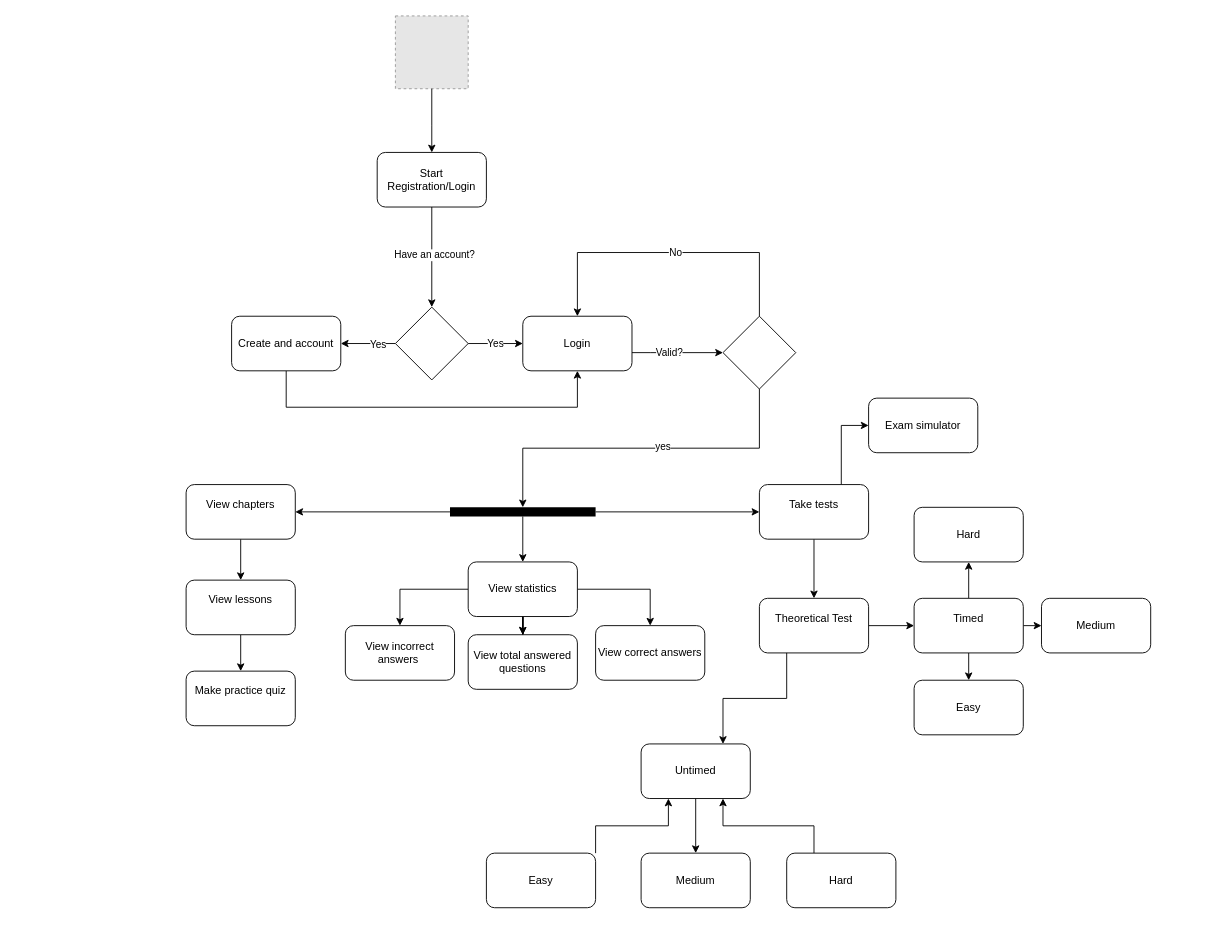
7mzah/7mzah keeps this draw.io diagram as activitydiagram.drawio. Above is the earlier version. Source tidied: cells renumbered, new cells numbered last; positions are measured from the earlier drawing's top-left corner, leaving out a move shared by most shapes. Both pictures are drawn from the tidied source at 91%, with x=0, y=0 at pixel (186, 15). Pictures stored in the file or linked from it are replaced by grey dashed boxes.
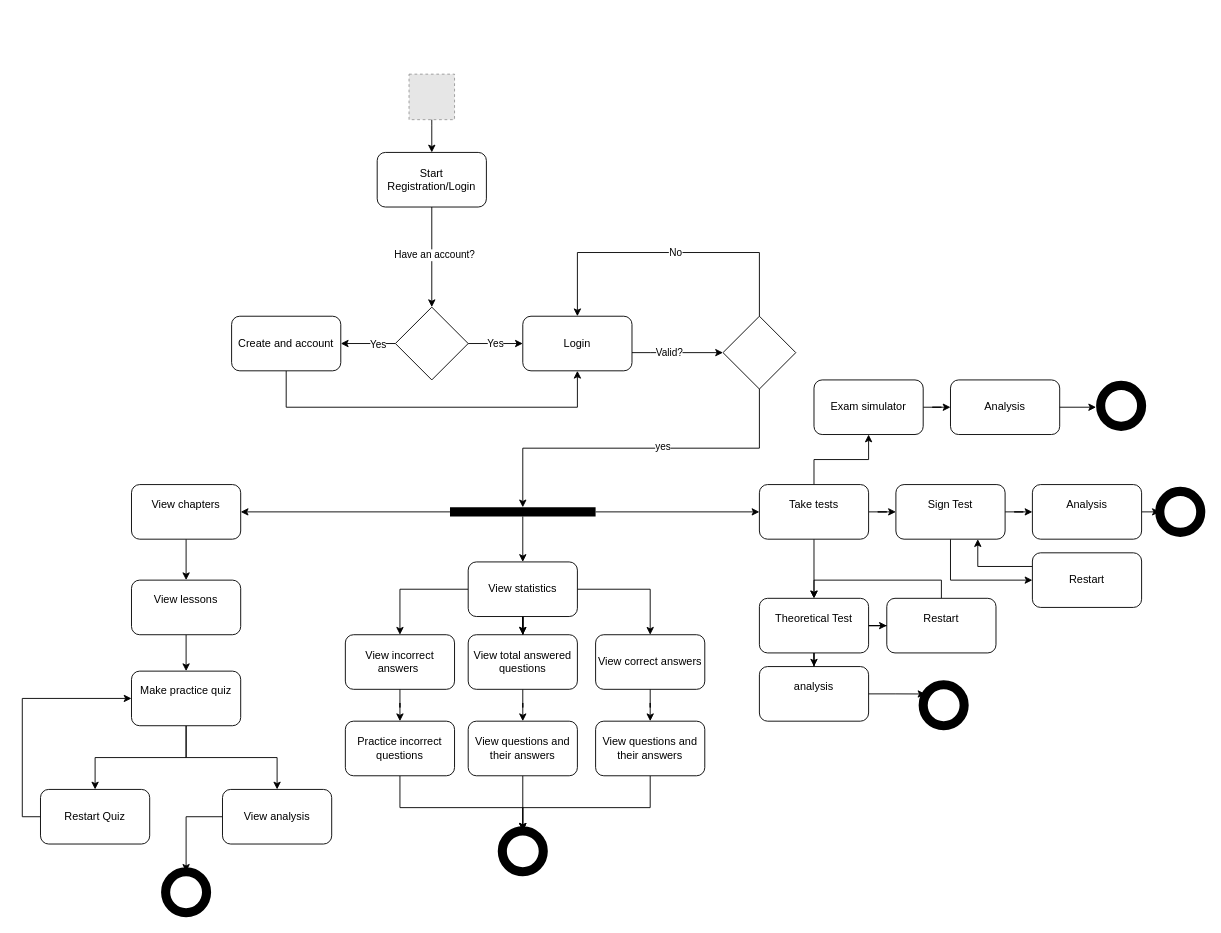
The same page after the edit.

The change refers to these unchanged cells:
```xml
<mxCell id="28" value="Take tests" style="rounded=1;whiteSpace=wrap;html=1;verticalAlign=top;strokeWidth=1;labelBackgroundColor=default;spacingTop=8;" parent="1" vertex="1">
  <mxGeometry x="630" y="515" width="120" height="60" as="geometry" />
</mxCell>
<mxCell id="38" value="View total answered questions" style="whiteSpace=wrap;html=1;rounded=1;" parent="1" vertex="1">
  <mxGeometry x="310" y="680" width="120" height="60" as="geometry" />
</mxCell>
<mxCell id="42" value="Theoretical Test" style="whiteSpace=wrap;html=1;verticalAlign=top;rounded=1;strokeWidth=1;labelBackgroundColor=default;spacingTop=8;" parent="1" vertex="1">
  <mxGeometry x="630" y="640" width="120" height="60" as="geometry" />
</mxCell>
```

What changed in the source:
```diff
@@
     <mxCell id="2" style="fillColor=#E6E6E6;strokeColor=#999999;dashed=1;html=1;verticalAlign=top;verticalLabelPosition=bottom;labelBackgroundColor=#ffffff;" parent="1" vertex="1">
-      <mxGeometry x="230" width="80" height="80" as="geometry" />
+      <mxGeometry x="245" y="64" width="50" height="50" as="geometry" />
     </mxCell>
@@
     <mxCell id="25" value="View chapters" style="rounded=1;whiteSpace=wrap;html=1;verticalAlign=top;strokeWidth=1;labelBackgroundColor=default;spacingTop=8;" parent="1" vertex="1">
-      <mxGeometry y="515" width="120" height="60" as="geometry" />
+      <mxGeometry x="-60" y="515" width="120" height="60" as="geometry" />
     </mxCell>
@@
+    <mxCell id="59" style="edgeStyle=orthogonalEdgeStyle;rounded=0;jettySize=auto;html=1;" parent="1" edge="1" source="28" target="87">
+      <mxGeometry relative="1" as="geometry" />
+    </mxCell>
-    <mxCell id="27" style="edgeStyle=orthogonalEdgeStyle;rounded=0;jettySize=auto;html=1;exitX=0.75;exitY=0;exitDx=0;exitDy=0;entryX=0;entryY=0.5;entryDx=0;entryDy=0;" parent="1" edge="1" source="28" target="58">
+    <mxCell id="27" style="edgeStyle=orthogonalEdgeStyle;rounded=0;jettySize=auto;html=1;exitX=0.5;exitY=0;exitDx=0;exitDy=0;entryX=0.5;entryY=1;entryDx=0;entryDy=0;" parent="1" edge="1" source="28" target="58">
       <mxGeometry relative="1" as="geometry" />
     </mxCell>
@@
     <mxCell id="35" value="View lessons" style="rounded=1;whiteSpace=wrap;html=1;verticalAlign=top;strokeWidth=1;labelBackgroundColor=default;spacingTop=8;" parent="1" vertex="1">
-      <mxGeometry y="620" width="120" height="60" as="geometry" />
+      <mxGeometry x="-60" y="620" width="120" height="60" as="geometry" />
     </mxCell>
+    <mxCell id="60" style="edgeStyle=orthogonalEdgeStyle;rounded=0;jettySize=auto;html=1;exitX=0.5;exitY=1;exitDx=0;exitDy=0;entryX=0.5;entryY=0;entryDx=0;entryDy=0;" parent="1" edge="1" source="36" target="69">
+      <mxGeometry relative="1" as="geometry" />
+    </mxCell>
+    <mxCell id="61" style="edgeStyle=orthogonalEdgeStyle;rounded=0;jettySize=auto;html=1;entryX=0.5;entryY=0;entryDx=0;entryDy=0;" parent="1" edge="1" source="36" target="71">
+      <mxGeometry relative="1" as="geometry" />
+    </mxCell>
     <mxCell id="36" value="Make practice quiz" style="rounded=1;whiteSpace=wrap;html=1;verticalAlign=top;strokeWidth=1;labelBackgroundColor=default;spacingTop=8;" parent="1" vertex="1">
-      <mxGeometry y="720" width="120" height="60" as="geometry" />
+      <mxGeometry x="-60" y="720" width="120" height="60" as="geometry" />
     </mxCell>
@@
+    <mxCell id="62" style="edgeStyle=orthogonalEdgeStyle;rounded=0;jettySize=auto;html=1;" parent="1" edge="1" source="38" target="76">
+      <mxGeometry relative="1" as="geometry" />
+    </mxCell>
@@
+    <mxCell id="63" style="edgeStyle=orthogonalEdgeStyle;rounded=0;jettySize=auto;html=1;" parent="1" edge="1" source="39" target="74">
+      <mxGeometry relative="1" as="geometry" />
+    </mxCell>
     <mxCell id="39" value="View incorrect answers&amp;nbsp;" style="rounded=1;whiteSpace=wrap;html=1;" parent="1" vertex="1">
-      <mxGeometry x="175" y="670" width="120" height="60" as="geometry" />
+      <mxGeometry x="175" y="680" width="120" height="60" as="geometry" />
     </mxCell>
+    <mxCell id="64" style="edgeStyle=orthogonalEdgeStyle;rounded=0;jettySize=auto;html=1;" parent="1" edge="1" source="40" target="78">
+      <mxGeometry relative="1" as="geometry" />
+    </mxCell>
     <mxCell id="40" value="View correct answers" style="rounded=1;whiteSpace=wrap;html=1;" parent="1" vertex="1">
-      <mxGeometry x="450" y="670" width="120" height="60" as="geometry" />
+      <mxGeometry x="450" y="680" width="120" height="60" as="geometry" />
     </mxCell>
-    <mxCell id="41" style="edgeStyle=orthogonalEdgeStyle;rounded=0;jettySize=auto;html=1;" parent="1" edge="1" source="42" target="46">
-      <mxGeometry relative="1" as="geometry" />
-    </mxCell>
+    <mxCell id="65" style="edgeStyle=orthogonalEdgeStyle;rounded=0;jettySize=auto;html=1;" parent="1" edge="1" source="42" target="82">
+      <mxGeometry relative="1" as="geometry" />
+    </mxCell>
+    <mxCell id="66" style="edgeStyle=orthogonalEdgeStyle;rounded=0;jettySize=auto;html=1;" parent="1" edge="1" source="42" target="84">
+      <mxGeometry relative="1" as="geometry" />
+    </mxCell>
@@
-    <mxCell id="43" style="edgeStyle=orthogonalEdgeStyle;rounded=0;jettySize=auto;html=1;exitX=0.5;exitY=0;exitDx=0;exitDy=0;entryX=0.5;entryY=1;entryDx=0;entryDy=0;" parent="1" edge="1" source="46" target="57">
-      <mxGeometry relative="1" as="geometry" />
-    </mxCell>
-    <mxCell id="44" style="edgeStyle=orthogonalEdgeStyle;rounded=0;jettySize=auto;html=1;exitX=0.5;exitY=1;exitDx=0;exitDy=0;entryX=0.5;entryY=0;entryDx=0;entryDy=0;" parent="1" edge="1" source="46" target="55">
-      <mxGeometry relative="1" as="geometry" />
-    </mxCell>
-    <mxCell id="45" style="edgeStyle=orthogonalEdgeStyle;rounded=0;jettySize=auto;html=1;exitX=1;exitY=0.5;exitDx=0;exitDy=0;entryX=0;entryY=0.5;entryDx=0;entryDy=0;" parent="1" edge="1" source="46" target="56">
-      <mxGeometry relative="1" as="geometry" />
-    </mxCell>
-    <mxCell id="46" value="Timed" style="whiteSpace=wrap;html=1;verticalAlign=top;rounded=1;strokeWidth=1;labelBackgroundColor=default;spacingTop=8;" parent="1" vertex="1">
-      <mxGeometry x="800" y="640" width="120" height="60" as="geometry" />
-    </mxCell>
-    <mxCell id="47" style="edgeStyle=orthogonalEdgeStyle;rounded=0;jettySize=auto;html=1;exitX=0.75;exitY=0;exitDx=0;exitDy=0;entryX=0.25;entryY=1;entryDx=0;entryDy=0;endArrow=none;endFill=0;startArrow=classic;startFill=1;" parent="1" edge="1" source="49" target="42">
-      <mxGeometry relative="1" as="geometry" />
-    </mxCell>
-    <mxCell id="48" style="edgeStyle=orthogonalEdgeStyle;rounded=0;jettySize=auto;html=1;" parent="1" edge="1" source="49" target="52">
-      <mxGeometry relative="1" as="geometry" />
-    </mxCell>
-    <mxCell id="49" value="Untimed" style="rounded=1;whiteSpace=wrap;html=1;" parent="1" vertex="1">
-      <mxGeometry x="500" y="800" width="120" height="60" as="geometry" />
-    </mxCell>
-    <mxCell id="50" style="edgeStyle=orthogonalEdgeStyle;rounded=0;jettySize=auto;html=1;exitX=1;exitY=0;exitDx=0;exitDy=0;entryX=0.25;entryY=1;entryDx=0;entryDy=0;" parent="1" edge="1" source="51" target="49">
-      <mxGeometry relative="1" as="geometry" />
-    </mxCell>
-    <mxCell id="51" value="Easy" style="rounded=1;whiteSpace=wrap;html=1;" parent="1" vertex="1">
-      <mxGeometry x="330" y="920" width="120" height="60" as="geometry" />
-    </mxCell>
-    <mxCell id="52" value="Medium" style="whiteSpace=wrap;html=1;rounded=1;" parent="1" vertex="1">
-      <mxGeometry x="500" y="920" width="120" height="60" as="geometry" />
-    </mxCell>
-    <mxCell id="53" style="edgeStyle=orthogonalEdgeStyle;rounded=0;jettySize=auto;html=1;exitX=0.25;exitY=0;exitDx=0;exitDy=0;entryX=0.75;entryY=1;entryDx=0;entryDy=0;" parent="1" edge="1" source="54" target="49">
-      <mxGeometry relative="1" as="geometry" />
-    </mxCell>
-    <mxCell id="54" value="Hard" style="rounded=1;whiteSpace=wrap;html=1;" parent="1" vertex="1">
-      <mxGeometry x="660" y="920" width="120" height="60" as="geometry" />
-    </mxCell>
-    <mxCell id="55" value="Easy" style="rounded=1;whiteSpace=wrap;html=1;" parent="1" vertex="1">
-      <mxGeometry x="800" y="730" width="120" height="60" as="geometry" />
-    </mxCell>
-    <mxCell id="56" value="Medium" style="whiteSpace=wrap;html=1;rounded=1;" parent="1" vertex="1">
-      <mxGeometry x="940" y="640" width="120" height="60" as="geometry" />
-    </mxCell>
-    <mxCell id="57" value="Hard" style="rounded=1;whiteSpace=wrap;html=1;" parent="1" vertex="1">
-      <mxGeometry x="800" y="540" width="120" height="60" as="geometry" />
-    </mxCell>
+    <mxCell id="67" style="edgeStyle=orthogonalEdgeStyle;rounded=0;jettySize=auto;html=1;" parent="1" edge="1" source="58" target="80">
+      <mxGeometry relative="1" as="geometry" />
+    </mxCell>
     <mxCell id="58" value="Exam simulator" style="rounded=1;whiteSpace=wrap;html=1;" parent="1" vertex="1">
-      <mxGeometry x="750" y="420" width="120" height="60" as="geometry" />
+      <mxGeometry x="690" y="400" width="120" height="60" as="geometry" />
     </mxCell>
+    <mxCell id="68" style="edgeStyle=orthogonalEdgeStyle;rounded=0;jettySize=auto;html=1;exitX=0;exitY=0.5;exitDx=0;exitDy=0;entryX=0;entryY=0.5;entryDx=0;entryDy=0;" parent="1" edge="1" source="69" target="36">
+      <mxGeometry relative="1" as="geometry" />
+    </mxCell>
+    <mxCell id="69" value="Restart Quiz" style="rounded=1;whiteSpace=wrap;html=1;" parent="1" vertex="1">
+      <mxGeometry x="-160" y="850" width="120" height="60" as="geometry" />
+    </mxCell>
+    <mxCell id="70" style="edgeStyle=orthogonalEdgeStyle;rounded=0;jettySize=auto;html=1;entryX=0.5;entryY=0;entryDx=0;entryDy=0;" parent="1" edge="1" source="71" target="72">
+      <mxGeometry relative="1" as="geometry" />
+    </mxCell>
+    <mxCell id="71" value="View analysis" style="rounded=1;whiteSpace=wrap;html=1;" parent="1" vertex="1">
+      <mxGeometry x="40" y="850" width="120" height="60" as="geometry" />
+    </mxCell>
+    <mxCell id="72" style="ellipse;whiteSpace=wrap;html=1;verticalAlign=top;strokeWidth=10;labelBackgroundColor=default;spacingTop=8;" parent="1" vertex="1">
+      <mxGeometry x="-22.5" y="940.5" width="45" height="45" as="geometry" />
+    </mxCell>
+    <mxCell id="73" style="edgeStyle=orthogonalEdgeStyle;rounded=0;jettySize=auto;html=1;" parent="1" edge="1" source="74" target="79">
+      <mxGeometry relative="1" as="geometry">
+        <Array as="points">
+          <mxPoint x="235" y="870" />
+          <mxPoint x="370" y="870" />
+        </Array>
+      </mxGeometry>
+    </mxCell>
+    <mxCell id="74" value="Practice incorrect questions" style="whiteSpace=wrap;html=1;rounded=1;" parent="1" vertex="1">
+      <mxGeometry x="175" y="775" width="120" height="60" as="geometry" />
+    </mxCell>
+    <mxCell id="75" style="edgeStyle=orthogonalEdgeStyle;rounded=0;jettySize=auto;html=1;" parent="1" edge="1" source="76" target="79">
+      <mxGeometry relative="1" as="geometry" />
+    </mxCell>
+    <mxCell id="76" value="View questions and their answers" style="whiteSpace=wrap;html=1;rounded=1;" parent="1" vertex="1">
+      <mxGeometry x="310" y="775" width="120" height="60" as="geometry" />
+    </mxCell>
+    <mxCell id="77" style="edgeStyle=orthogonalEdgeStyle;rounded=0;jettySize=auto;html=1;entryX=0.5;entryY=0;entryDx=0;entryDy=0;" parent="1" edge="1" source="78" target="79">
+      <mxGeometry relative="1" as="geometry">
+        <Array as="points">
+          <mxPoint x="510" y="870" />
+          <mxPoint x="370" y="870" />
+        </Array>
+      </mxGeometry>
+    </mxCell>
+    <mxCell id="78" value="View questions and their answers" style="whiteSpace=wrap;html=1;rounded=1;" parent="1" vertex="1">
+      <mxGeometry x="450" y="775" width="120" height="60" as="geometry" />
+    </mxCell>
+    <mxCell id="79" style="ellipse;whiteSpace=wrap;html=1;verticalAlign=top;strokeWidth=10;labelBackgroundColor=default;spacingTop=8;" parent="1" vertex="1">
+      <mxGeometry x="347.5" y="895.5" width="45" height="45" as="geometry" />
+    </mxCell>
+    <mxCell id="80" value="Analysis" style="rounded=1;whiteSpace=wrap;html=1;" parent="1" vertex="1">
+      <mxGeometry x="840" y="400" width="120" height="60" as="geometry" />
+    </mxCell>
+    <mxCell id="81" style="ellipse;whiteSpace=wrap;html=1;verticalAlign=top;strokeWidth=10;labelBackgroundColor=default;spacingTop=8;" parent="1" vertex="1">
+      <mxGeometry x="1005" y="406" width="45" height="45" as="geometry" />
+    </mxCell>
+    <mxCell id="82" value="analysis" style="whiteSpace=wrap;html=1;verticalAlign=top;rounded=1;strokeWidth=1;labelBackgroundColor=default;spacingTop=8;" parent="1" vertex="1">
+      <mxGeometry x="630" y="715" width="120" height="60" as="geometry" />
+    </mxCell>
+    <mxCell id="83" style="edgeStyle=orthogonalEdgeStyle;rounded=0;jettySize=auto;html=1;exitX=0.5;exitY=0;exitDx=0;exitDy=0;entryX=0.5;entryY=0;entryDx=0;entryDy=0;" parent="1" edge="1" source="84" target="42">
+      <mxGeometry relative="1" as="geometry" />
+    </mxCell>
+    <mxCell id="84" value="Restart" style="whiteSpace=wrap;html=1;verticalAlign=top;rounded=1;strokeWidth=1;labelBackgroundColor=default;spacingTop=8;" parent="1" vertex="1">
+      <mxGeometry x="770" y="640" width="120" height="60" as="geometry" />
+    </mxCell>
+    <mxCell id="85" style="edgeStyle=orthogonalEdgeStyle;rounded=0;jettySize=auto;html=1;" parent="1" edge="1" source="87" target="89">
+      <mxGeometry relative="1" as="geometry" />
+    </mxCell>
+    <mxCell id="86" style="edgeStyle=orthogonalEdgeStyle;rounded=0;jettySize=auto;html=1;exitX=0.5;exitY=1;exitDx=0;exitDy=0;entryX=0;entryY=0.5;entryDx=0;entryDy=0;" parent="1" edge="1" source="87" target="91">
+      <mxGeometry relative="1" as="geometry" />
+    </mxCell>
+    <mxCell id="87" value="Sign Test" style="rounded=1;whiteSpace=wrap;html=1;verticalAlign=top;strokeWidth=1;labelBackgroundColor=default;spacingTop=8;" parent="1" vertex="1">
+      <mxGeometry x="780" y="515" width="120" height="60" as="geometry" />
+    </mxCell>
+    <mxCell id="88" style="edgeStyle=orthogonalEdgeStyle;rounded=0;jettySize=auto;html=1;exitX=1;exitY=0.5;exitDx=0;exitDy=0;entryX=0;entryY=0.5;entryDx=0;entryDy=0;" parent="1" edge="1" source="89" target="95">
+      <mxGeometry relative="1" as="geometry" />
+    </mxCell>
+    <mxCell id="89" value="Analysis" style="rounded=1;whiteSpace=wrap;html=1;verticalAlign=top;strokeWidth=1;labelBackgroundColor=default;spacingTop=8;" parent="1" vertex="1">
+      <mxGeometry x="930" y="515" width="120" height="60" as="geometry" />
+    </mxCell>
+    <mxCell id="90" style="edgeStyle=orthogonalEdgeStyle;rounded=0;jettySize=auto;html=1;exitX=0;exitY=0.25;exitDx=0;exitDy=0;entryX=0.75;entryY=1;entryDx=0;entryDy=0;" parent="1" edge="1" source="91" target="87">
+      <mxGeometry relative="1" as="geometry" />
+    </mxCell>
+    <mxCell id="91" value="Restart" style="rounded=1;whiteSpace=wrap;html=1;" parent="1" vertex="1">
+      <mxGeometry x="930" y="590" width="120" height="60" as="geometry" />
+    </mxCell>
+    <mxCell id="92" style="edgeStyle=orthogonalEdgeStyle;rounded=0;jettySize=auto;html=1;exitX=1;exitY=0.5;exitDx=0;exitDy=0;entryX=-0.111;entryY=0.533;entryDx=0;entryDy=0;entryPerimeter=0;" parent="1" edge="1" source="80" target="81">
+      <mxGeometry relative="1" as="geometry" />
+    </mxCell>
+    <mxCell id="93" style="ellipse;whiteSpace=wrap;html=1;verticalAlign=top;strokeWidth=10;labelBackgroundColor=default;spacingTop=8;" parent="1" vertex="1">
+      <mxGeometry x="810" y="735" width="45" height="45" as="geometry" />
+    </mxCell>
+    <mxCell id="94" style="edgeStyle=orthogonalEdgeStyle;rounded=0;jettySize=auto;html=1;exitX=1;exitY=0.5;exitDx=0;exitDy=0;entryX=0.054;entryY=0.225;entryDx=0;entryDy=0;entryPerimeter=0;" parent="1" edge="1" source="82" target="93">
+      <mxGeometry relative="1" as="geometry" />
+    </mxCell>
+    <mxCell id="95" style="ellipse;whiteSpace=wrap;html=1;verticalAlign=top;strokeWidth=10;labelBackgroundColor=default;spacingTop=8;" parent="1" vertex="1">
+      <mxGeometry x="1070" y="522.5" width="45" height="45" as="geometry" />
+    </mxCell>
```
